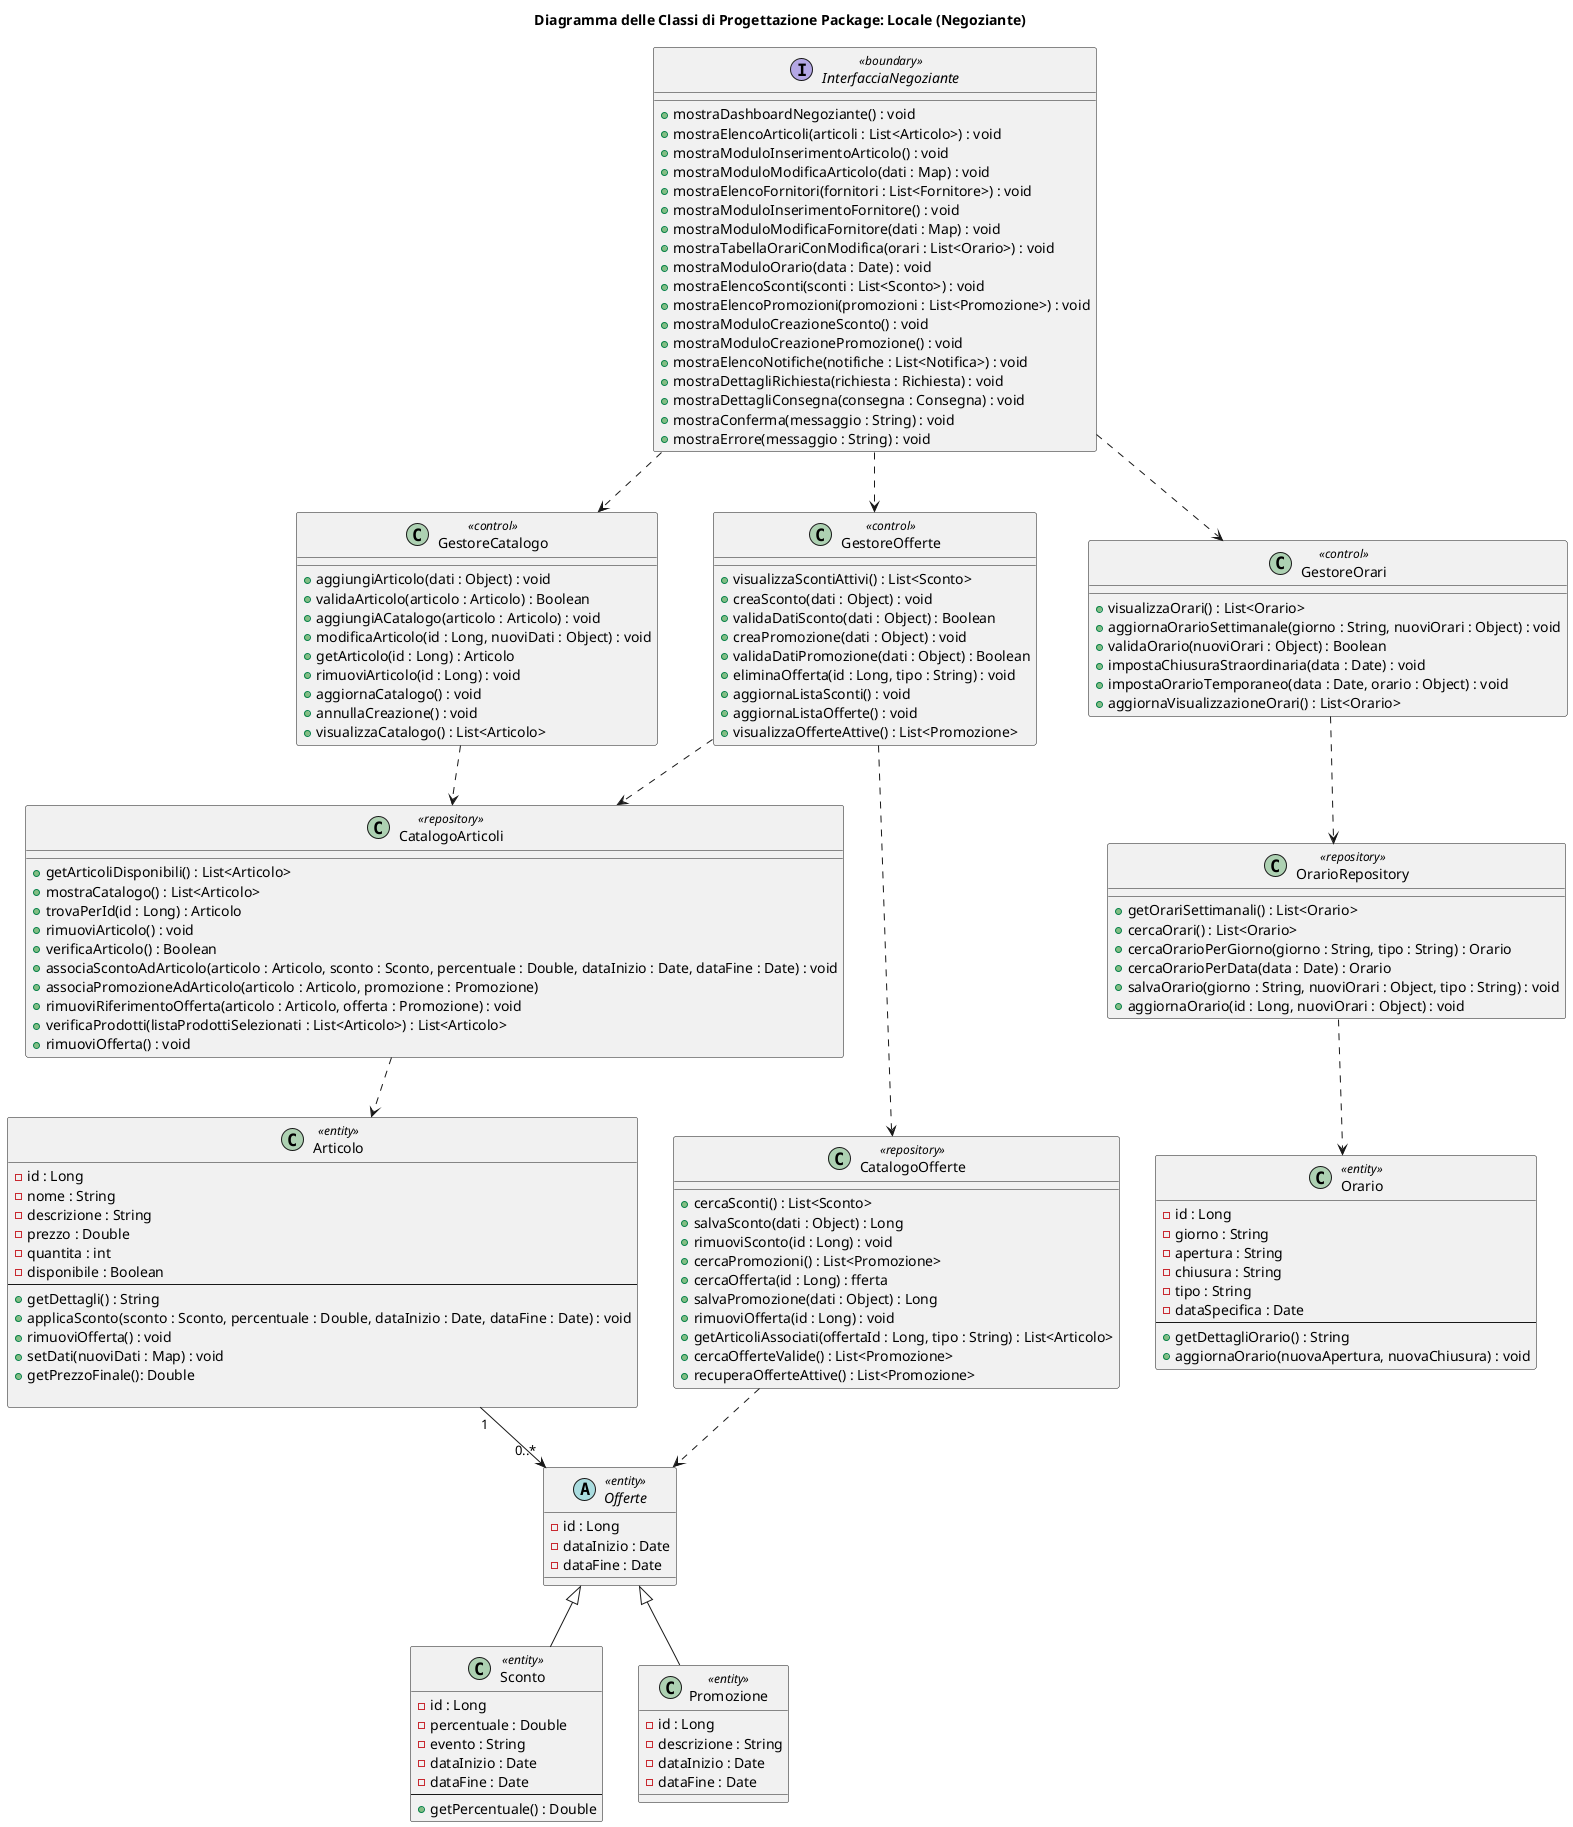
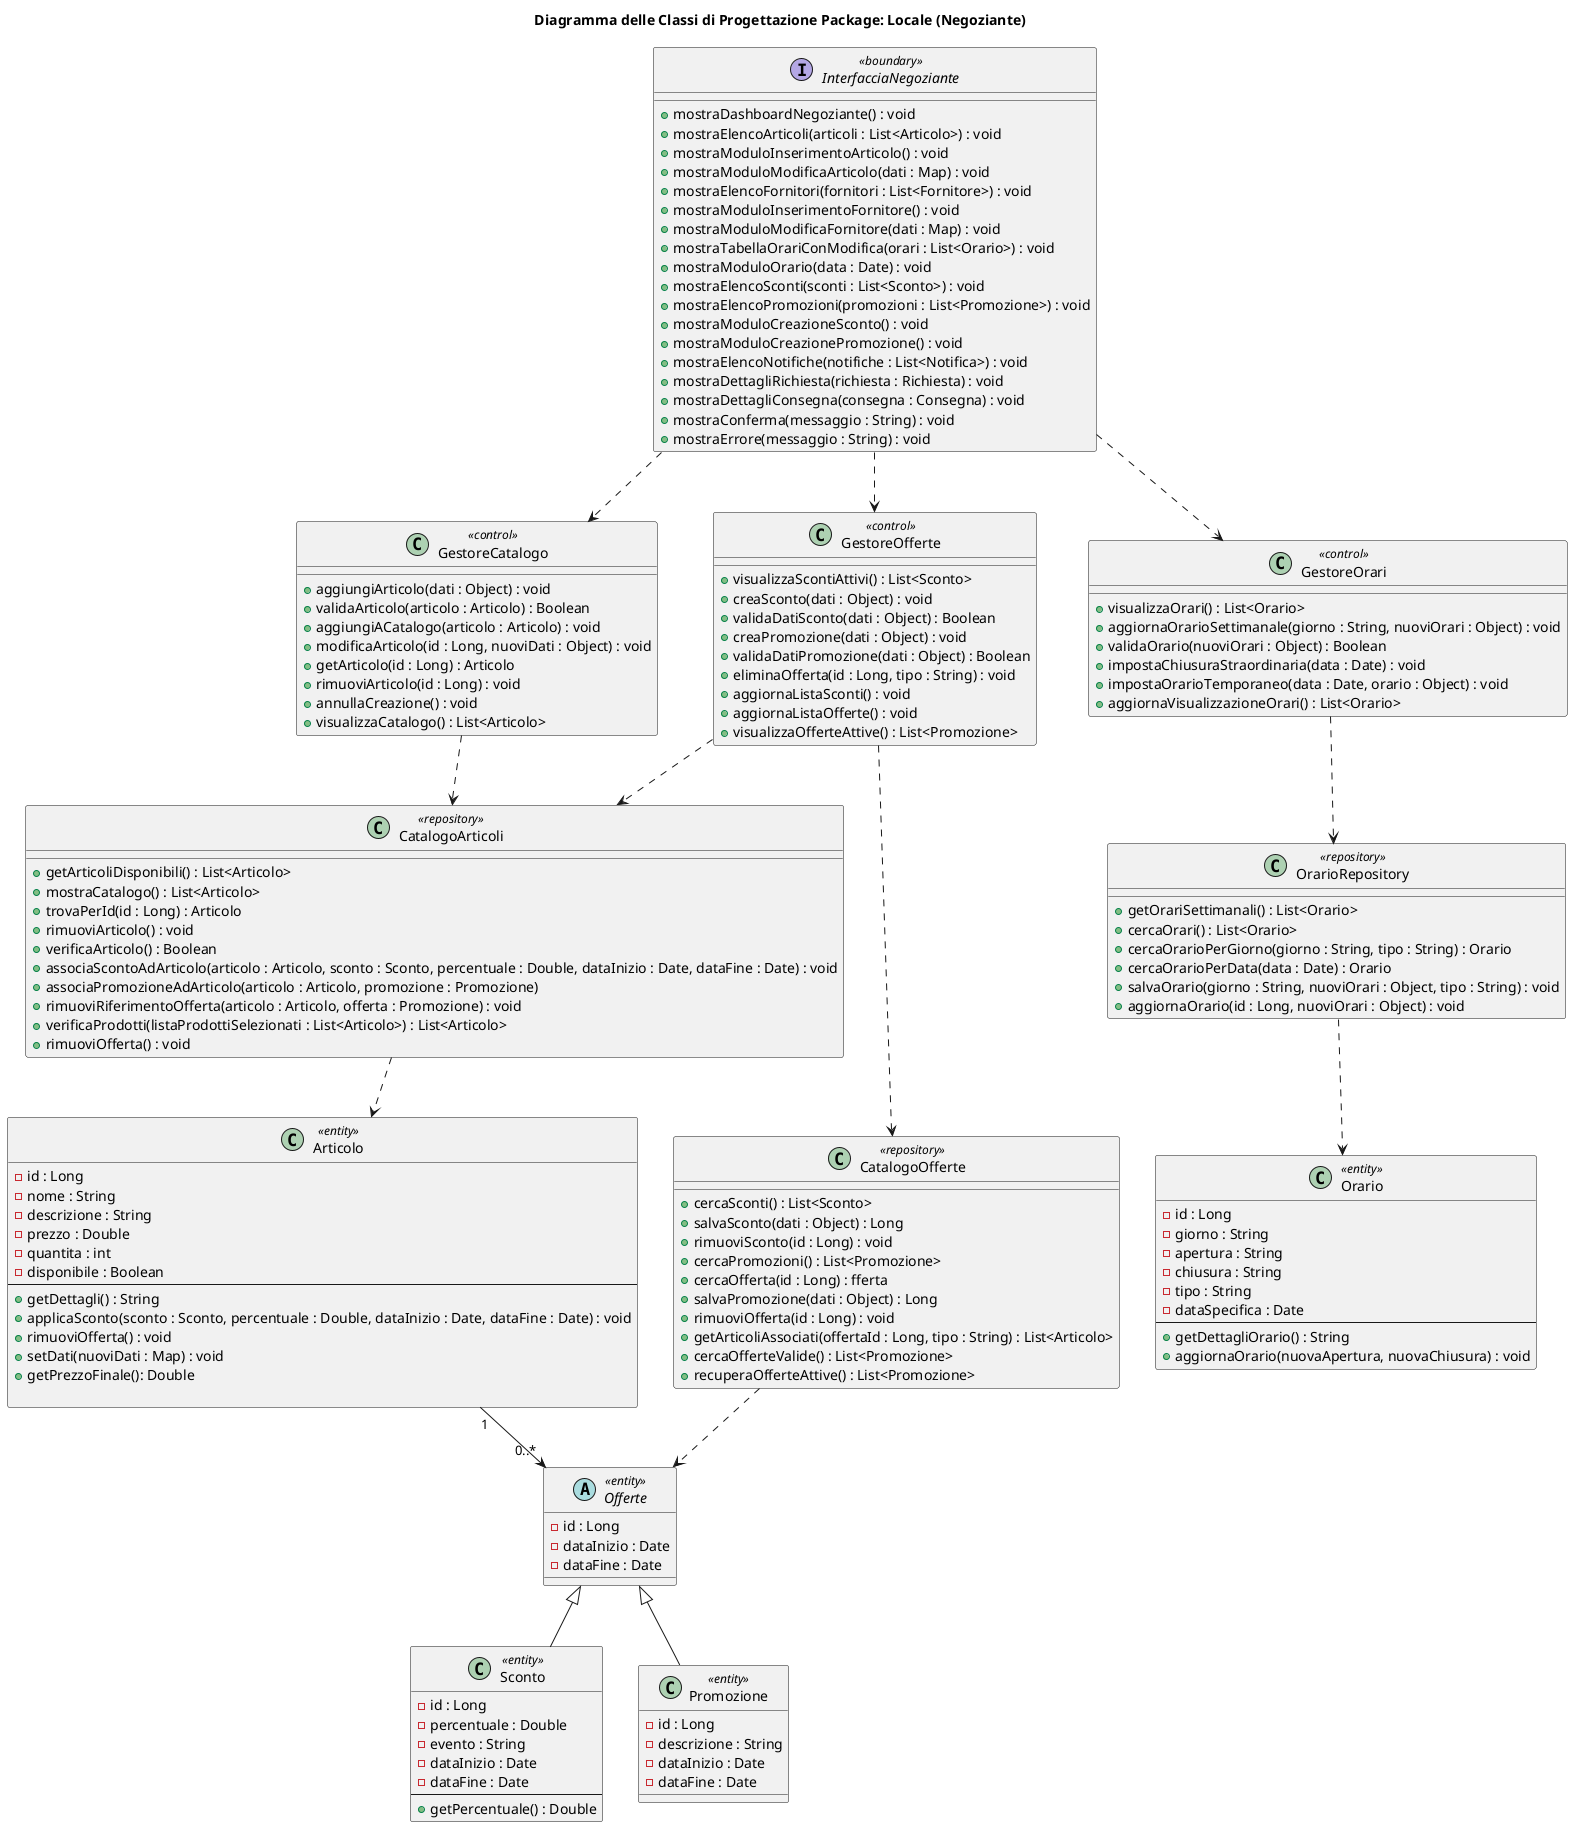
@startuml
title Diagramma delle Classi di Progettazione Package: Locale (Negoziante)


interface InterfacciaNegoziante <<boundary>>
class GestoreCatalogo <<control>>
class GestoreOfferte <<control>>
class GestoreOrari <<control>>
class Offerte <<entity>>
class CatalogoArticoli <<entity>>
class OrarioRepository <<repository>>
class CatalogoOfferte <<repository>>


interface "InterfacciaNegoziante" <<boundary>> {
    ' Dashboard
    + mostraDashboardNegoziante() : void
    ' Gestione Catalogo
    + mostraElencoArticoli(articoli : List<Articolo>) : void
    + mostraModuloInserimentoArticolo() : void
    + mostraModuloModificaArticolo(dati : Map) : void
    ' Gestione Fornitori
    + mostraElencoFornitori(fornitori : List<Fornitore>) : void
    + mostraModuloInserimentoFornitore() : void
    + mostraModuloModificaFornitore(dati : Map) : void
    ' Gestione Orari
    + mostraTabellaOrariConModifica(orari : List<Orario>) : void
    + mostraModuloOrario(data : Date) : void
    ' Gestione Offerte
    + mostraElencoSconti(sconti : List<Sconto>) : void
    + mostraElencoPromozioni(promozioni : List<Promozione>) : void
    + mostraModuloCreazioneSconto() : void
    + mostraModuloCreazionePromozione() : void
    ' Gestione Notifiche
    + mostraElencoNotifiche(notifiche : List<Notifica>) : void
    + mostraDettagliRichiesta(richiesta : Richiesta) : void
    + mostraDettagliConsegna(consegna : Consegna) : void
    ' Messaggi comuni
    + mostraConferma(messaggio : String) : void
    + mostraErrore(messaggio : String) : void
}
class GestoreCatalogo <<control>> {
    + aggiungiArticolo(dati : Object) : void
    + validaArticolo(articolo : Articolo) : Boolean
    + aggiungiACatalogo(articolo : Articolo) : void
    + modificaArticolo(id : Long, nuoviDati : Object) : void
    + getArticolo(id : Long) : Articolo
    + rimuoviArticolo(id : Long) : void
-     + aggiornaCatalogo() : void
    + annullaCreazione() : void
    + visualizzaCatalogo() : List<Articolo>
}

class GestoreOfferte <<control>> {
    + visualizzaScontiAttivi() : List<Sconto>
    + creaSconto(dati : Object) : void
    + validaDatiSconto(dati : Object) : Boolean
    + creaPromozione(dati : Object) : void
    + validaDatiPromozione(dati : Object) : Boolean
    + eliminaOfferta(id : Long, tipo : String) : void
    + aggiornaListaSconti() : void
    + aggiornaListaOfferte() : void
    + visualizzaOfferteAttive() : List<Promozione>
}

class GestoreOrari <<control>> {
    + visualizzaOrari() : List<Orario>
    + aggiornaOrarioSettimanale(giorno : String, nuoviOrari : Object) : void
    + validaOrario(nuoviOrari : Object) : Boolean
    + impostaChiusuraStraordinaria(data : Date) : void
    + impostaOrarioTemporaneo(data : Date, orario : Object) : void
    + aggiornaVisualizzazioneOrari() : List<Orario>
}
class OrarioRepository <<repository>> {
    + getOrariSettimanali() : List<Orario>
    + cercaOrari() : List<Orario>
    + cercaOrarioPerGiorno(giorno : String, tipo : String) : Orario
    + cercaOrarioPerData(data : Date) : Orario
    + salvaOrario(giorno : String, nuoviOrari : Object, tipo : String) : void
    + aggiornaOrario(id : Long, nuoviOrari : Object) : void
}

class CatalogoArticoli <<repository>> {
    + getArticoliDisponibili() : List<Articolo>
    + mostraCatalogo() : List<Articolo>
    + trovaPerId(id : Long) : Articolo
    + rimuoviArticolo() : void
    + verificaArticolo() : Boolean
    + associaScontoAdArticolo(articolo : Articolo, sconto : Sconto, percentuale : Double, dataInizio : Date, dataFine : Date) : void
    + associaPromozioneAdArticolo(articolo : Articolo, promozione : Promozione)
    + rimuoviRiferimentoOfferta(articolo : Articolo, offerta : Promozione) : void
    + verificaProdotti(listaProdottiSelezionati : List<Articolo>) : List<Articolo>
    + rimuoviOfferta() : void
}

class CatalogoOfferte <<repository>> {
    + cercaSconti() : List<Sconto>
    + salvaSconto(dati : Object) : Long
    + rimuoviSconto(id : Long) : void
    + cercaPromozioni() : List<Promozione>
    + cercaOfferta(id : Long) : fferta
    + salvaPromozione(dati : Object) : Long
    + rimuoviOfferta(id : Long) : void
    + getArticoliAssociati(offertaId : Long, tipo : String) : List<Articolo>
    + cercaOfferteValide() : List<Promozione>
    + recuperaOfferteAttive() : List<Promozione>
}
class Articolo <<entity>> {
    - id : Long
    - nome : String
    - descrizione : String
    - prezzo : Double
    - quantita : int
    - disponibile : Boolean
    --
    + getDettagli() : String
    + applicaSconto(sconto : Sconto, percentuale : Double, dataInizio : Date, dataFine : Date) : void
    + rimuoviOfferta() : void
    + setDati(nuoviDati : Map) : void
    + getPrezzoFinale(): Double

}


abstract class Offerte <<entity>> {
    - id : Long
    - dataInizio : Date
    - dataFine : Date
}

class Sconto <<entity>> {
    - id : Long
    - percentuale : Double
    - evento : String
    - dataInizio : Date
    - dataFine : Date
    --
    +getPercentuale() : Double
}

class Promozione <<entity>> {
    - id : Long
    - descrizione : String
    - dataInizio : Date
    - dataFine : Date
}

class Orario <<entity>> {
    - id : Long
    - giorno : String
    - apertura : String
    - chiusura : String
    - tipo : String
    - dataSpecifica : Date
    --
    + getDettagliOrario() : String
    + aggiornaOrario(nuovaApertura, nuovaChiusura) : void
}

Offerte <|-- Sconto
Offerte <|-- Promozione

CatalogoArticoli ..> Articolo
Articolo "1" --> "0..*" Offerte

InterfacciaNegoziante ..> GestoreOrari
GestoreOrari ..> OrarioRepository
InterfacciaNegoziante ..> GestoreOfferte
GestoreOfferte ..> CatalogoOfferte
GestoreOfferte ..> CatalogoArticoli
InterfacciaNegoziante ..> GestoreCatalogo
GestoreCatalogo ..> CatalogoArticoli
OrarioRepository ..> Orario
CatalogoOfferte ..> Offerte


@enduml